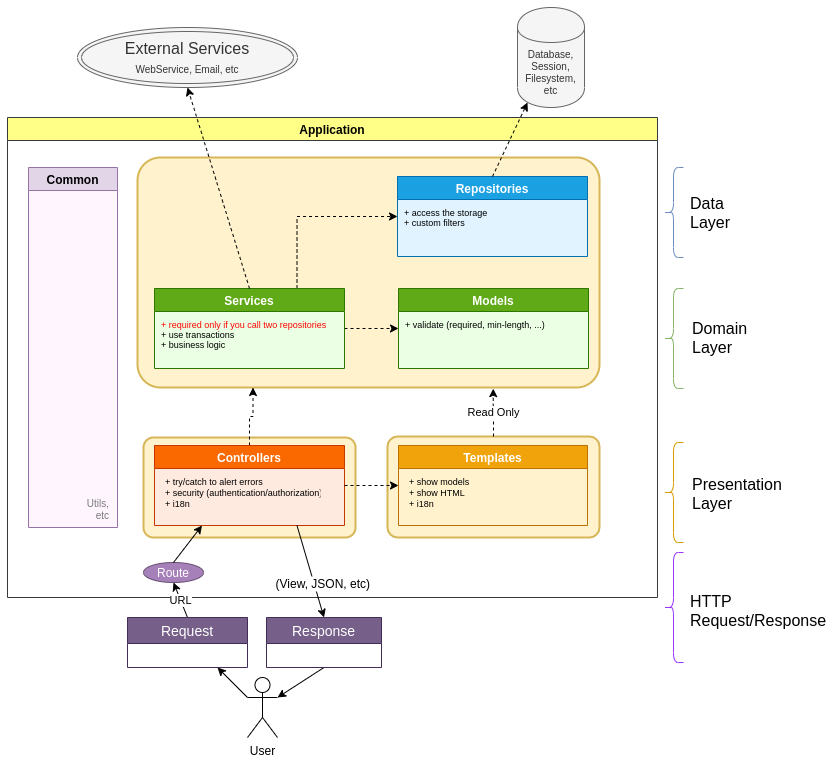
The draw.io diagram docs/architecture/layers.png in winframework/winphp, before a commit. Source tidied: cells renumbered, new cells last; positions are measured from the earlier drawing's top-left corner, leaving out a move shared by most shapes.
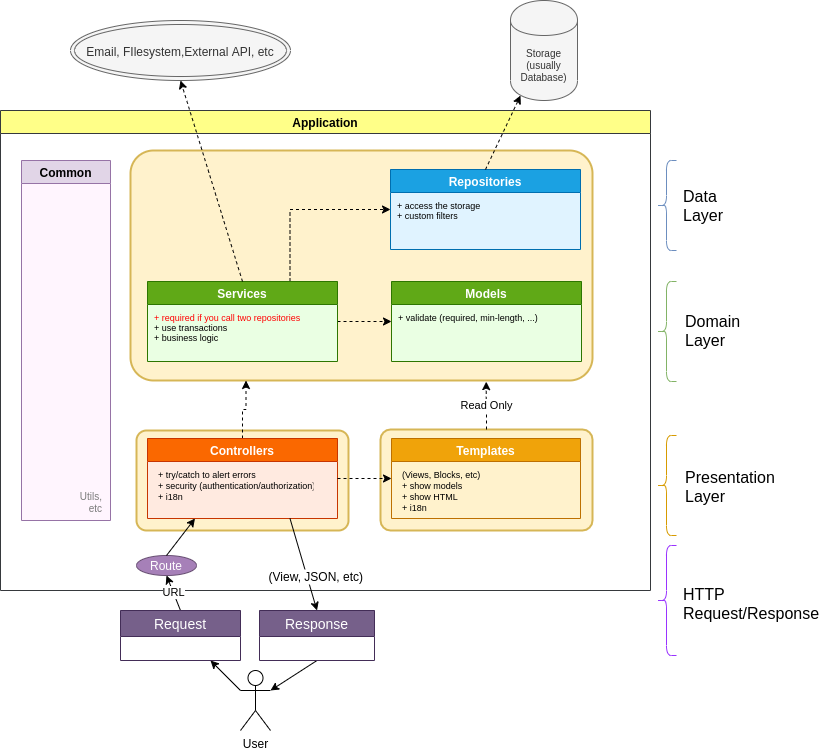
Above is the later version.

Change to the diagram source:
```diff
@@ -68,8 +68,8 @@
     <mxCell id="21" value="Services" style="swimlane;startSize=23;fillColor=#60a917;strokeColor=#2D7600;fontColor=#ffffff;swimlaneFillColor=#EAFFE3;" parent="4" vertex="1">
       <mxGeometry x="147" y="171" width="190" height="80" as="geometry" />
     </mxCell>
-    <mxCell id="22" value="&lt;font style=&quot;font-size: 9px&quot;&gt;&lt;font style=&quot;font-size: 9px&quot; color=&quot;#ff0303&quot;&gt;+ required only if you call two repositories&lt;br style=&quot;font-size: 9px&quot;&gt;&lt;/font&gt;+ use transactions&lt;br style=&quot;font-size: 9px&quot;&gt;+ business logic&lt;br&gt;&lt;/font&gt;" style="text;html=1;align=left;verticalAlign=top;spacingTop=0;horizontal=1;fontSize=9;spacing=2;" parent="21" vertex="1">
-      <mxGeometry x="5" y="25" width="180" height="40" as="geometry" />
+    <mxCell id="22" value="&lt;font style=&quot;font-size: 9px&quot;&gt;&lt;font style=&quot;font-size: 9px&quot; color=&quot;#ff0303&quot;&gt;+ required if you call two repositories&lt;br style=&quot;font-size: 9px&quot;&gt;&lt;/font&gt;+ use transactions&lt;br style=&quot;font-size: 9px&quot;&gt;+ business logic&lt;br&gt;&lt;/font&gt;" style="text;html=1;align=left;verticalAlign=top;spacingTop=0;horizontal=1;fontSize=9;spacing=2;" parent="21" vertex="1">
+      <mxGeometry x="5" y="25" width="170" height="40" as="geometry" />
     </mxCell>
     <mxCell id="23" style="rounded=1;arcSize=10;strokeColor=#d6b656;fillColor=#fff2cc;strokeWidth=2;align=center;verticalAlign=bottom;fontColor=#B07D4D;fontSize=9;spacingRight=5;" parent="4" vertex="1">
       <mxGeometry x="380" y="319" width="212" height="101" as="geometry" />
@@ -77,8 +77,8 @@
     <mxCell id="24" value="Templates" style="swimlane;startSize=23;fillColor=#f0a30a;strokeColor=#BD7000;fontColor=#ffffff;" parent="4" vertex="1">
       <mxGeometry x="391" y="328" width="189" height="80" as="geometry" />
     </mxCell>
-    <mxCell id="25" value="+ show models&#10;+ show HTML&#10;+ i18n" style="text;strokeColor=none;fillColor=none;align=left;verticalAlign=top;spacingLeft=4;spacingRight=4;overflow=hidden;fontSize=9;" parent="24" vertex="1">
-      <mxGeometry x="5" y="25" width="75" height="55" as="geometry" />
+    <mxCell id="25" value="(Views, Blocks, etc)&#10;+ show models&#10;+ show HTML&#10;+ i18n" style="text;strokeColor=none;fillColor=none;align=left;verticalAlign=top;spacingLeft=4;spacingRight=4;overflow=hidden;fontSize=9;" parent="24" vertex="1">
+      <mxGeometry x="5" y="25" width="155" height="55" as="geometry" />
     </mxCell>
     <mxCell id="26" style="edgeStyle=orthogonalEdgeStyle;rounded=0;jettySize=auto;html=1;exitX=1;exitY=0.5;exitDx=0;exitDy=0;entryX=0;entryY=0.5;entryDx=0;entryDy=0;dashed=1;" parent="4" edge="1" source="9" target="24">
       <mxGeometry relative="1" as="geometry" />
@@ -101,7 +101,7 @@
     <mxCell id="32" style="endArrow=classic;html=1;entryX=0.75;entryY=1;entryDx=0;entryDy=0;exitX=0;exitY=0.3333333333333333;exitDx=0;exitDy=0;exitPerimeter=0;" parent="1" edge="1" source="3" target="50">
       <mxGeometry relative="1" as="geometry" />
     </mxCell>
-    <mxCell id="33" value="Database,&lt;br style=&quot;font-size: 10px;&quot;&gt;Session,&lt;br style=&quot;font-size: 10px;&quot;&gt;Filesystem,&lt;br style=&quot;font-size: 10px;&quot;&gt;etc" style="shape=cylinder;whiteSpace=wrap;html=1;boundedLbl=1;backgroundOutline=1;fontSize=10;fontColor=#333333;fillColor=#f5f5f5;strokeColor=#666666;" parent="1" vertex="1">
+    <mxCell id="33" value="Storage&lt;br&gt;(usually Database)" style="shape=cylinder;whiteSpace=wrap;html=1;boundedLbl=1;backgroundOutline=1;fontSize=10;fontColor=#333333;fillColor=#f5f5f5;strokeColor=#666666;" parent="1" vertex="1">
       <mxGeometry x="510" width="67" height="100" as="geometry" />
     </mxCell>
     <mxCell id="34" style="shape=curlyBracket;whiteSpace=wrap;html=1;rounded=1;gradientColor=#7ea6e0;fillColor=#dae8fc;strokeColor=#6c8ebf;" parent="1" vertex="1">
@@ -131,7 +131,7 @@
     <mxCell id="42" value="&lt;font style=&quot;font-size: 16px&quot;&gt;HTTP Request/Response&lt;br style=&quot;font-size: 16px&quot;&gt;&lt;/font&gt;" style="text;html=1;strokeColor=none;fillColor=none;align=left;verticalAlign=middle;whiteSpace=wrap;rounded=0;horizontal=1;fontSize=16;" parent="1" vertex="1">
       <mxGeometry x="681" y="587.5" width="98" height="31" as="geometry" />
     </mxCell>
-    <mxCell id="43" value="External Services&lt;br&gt;&lt;font style=&quot;font-size: 10px&quot;&gt;WebService, Email, etc&lt;/font&gt;" style="ellipse;shape=doubleEllipse;whiteSpace=wrap;html=1;labelBackgroundColor=none;fillColor=#f5f5f5;fontSize=16;fontColor=#333333;align=center;strokeColor=#666666;" parent="1" vertex="1">
+    <mxCell id="43" value="&lt;font style=&quot;font-size: 12px&quot;&gt;Email, FIlesystem,External API, etc&lt;/font&gt;" style="ellipse;shape=doubleEllipse;whiteSpace=wrap;html=1;labelBackgroundColor=none;fillColor=#f5f5f5;fontSize=16;fontColor=#333333;align=center;strokeColor=#666666;" parent="1" vertex="1">
       <mxGeometry x="70" y="20" width="220" height="60" as="geometry" />
     </mxCell>
     <mxCell id="44" style="edgeStyle=orthogonalEdgeStyle;rounded=0;orthogonalLoop=1;jettySize=auto;html=1;exitX=0.5;exitY=0;exitDx=0;exitDy=0;endArrow=classic;endFill=0;strokeColor=#7A7A7A;" parent="1" edge="1">
```
